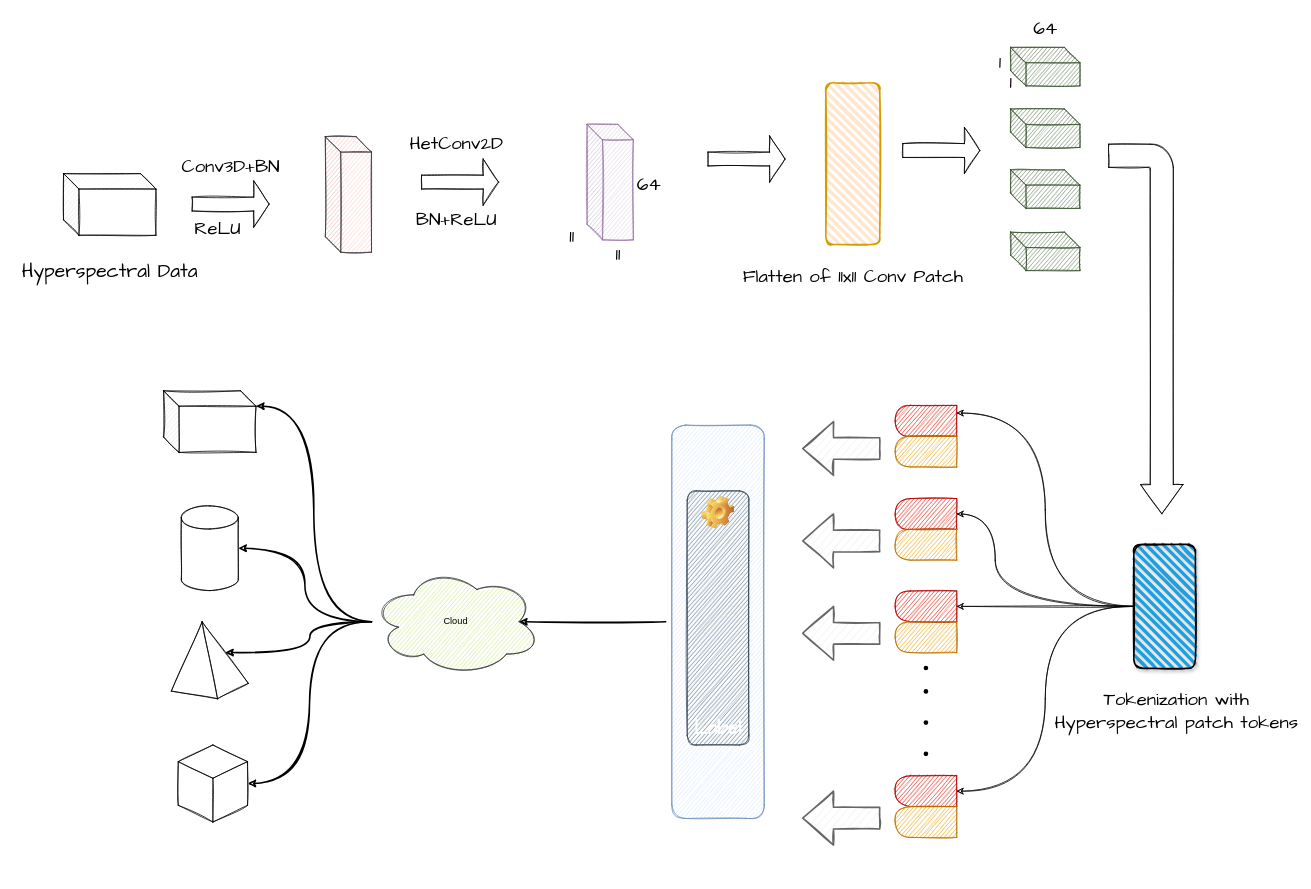
The draw.io diagram Untitled Diagram.drawio in yzfzzz/DrawImage, before the edit. Source tidied: cells renumbered, new cells numbered last; positions are measured from the earlier drawing's top-left corner, leaving out a move shared by most shapes. Both pictures are drawn from the tidied source at 77%, with x=0, y=0 at pixel (13, 13).
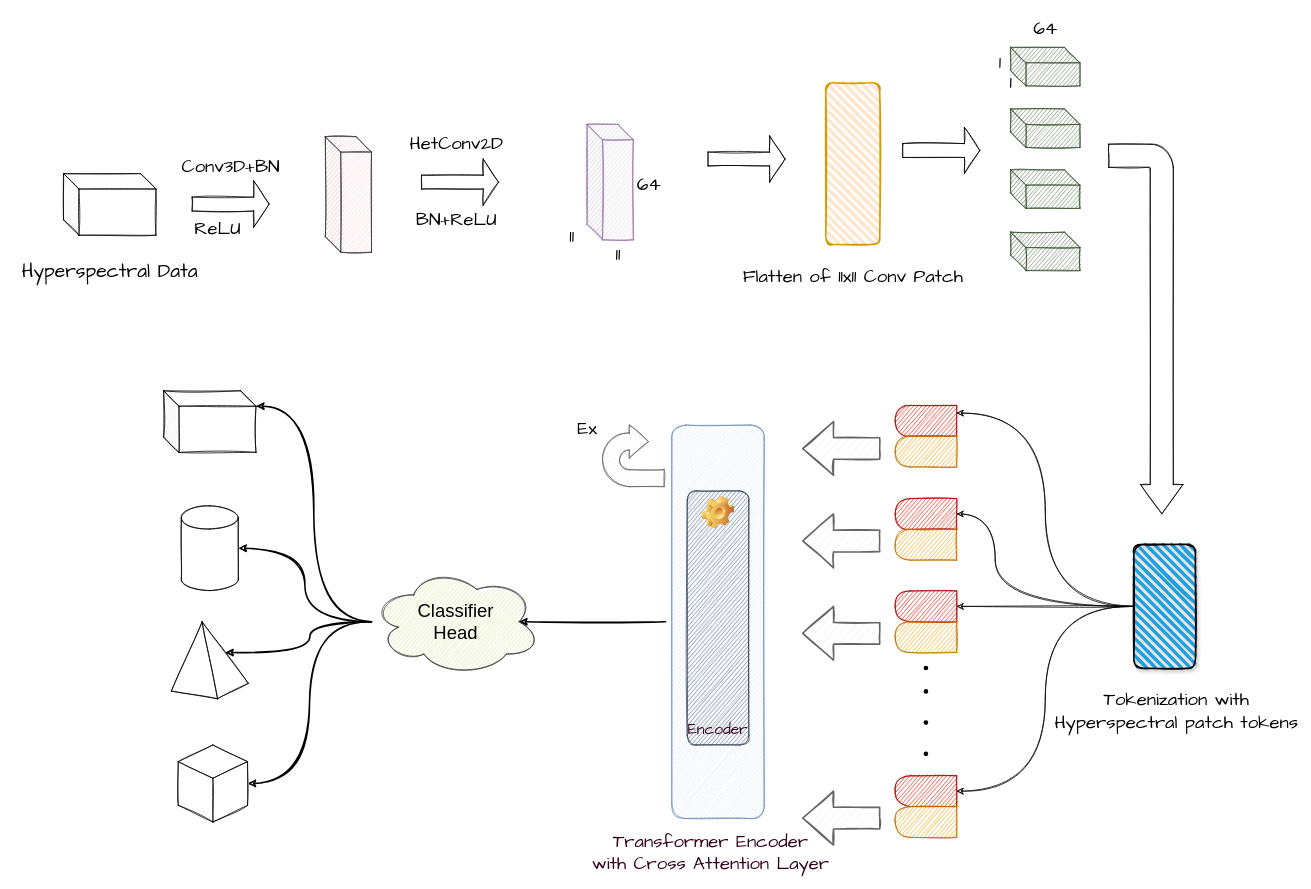
The same page after the edit.

The edit, as a diff of the source:
```diff
@@
-    <mxCell id="29" value="Cloud" style="ellipse;shape=cloud;whiteSpace=wrap;html=1;align=center;shadow=0;sketch=1;fillColor=#cdeb8b;strokeColor=#36393d;" parent="1" vertex="1">
+    <mxCell id="29" value="&lt;font style=&quot;font-size: 24px;&quot;&gt;Classifier&lt;br&gt;Head&lt;br&gt;&lt;/font&gt;" style="ellipse;shape=cloud;whiteSpace=wrap;html=1;align=center;shadow=0;sketch=1;fillColor=#cdeb8b;strokeColor=#36393d;" parent="1" vertex="1">
       <mxGeometry x="465" y="720" width="219" height="140" as="geometry" />
     </mxCell>
@@
-    <mxCell id="65" value="Label" style="label;whiteSpace=wrap;html=1;align=center;verticalAlign=bottom;spacingLeft=0;spacingBottom=4;imageAlign=center;imageVerticalAlign=top;image=img/clipart/Gear_128x128.png;shadow=0;sketch=1;fontFamily=Comic Sans MS;fontSize=25;strokeColor=#314354;fillColor=#647687;fontColor=#ffffff;" parent="1" vertex="1">
+    <mxCell id="65" value="&lt;span style=&quot;font-weight: 400;&quot;&gt;&lt;font color=&quot;#33001a&quot; style=&quot;font-size: 20px;&quot;&gt;Encoder&lt;/font&gt;&lt;/span&gt;" style="label;whiteSpace=wrap;html=1;align=center;verticalAlign=bottom;spacingLeft=0;spacingBottom=4;imageAlign=center;imageVerticalAlign=top;image=img/clipart/Gear_128x128.png;shadow=0;sketch=1;fontFamily=Comic Sans MS;fontSize=25;strokeColor=#314354;fillColor=#647687;fontColor=#ffffff;" parent="1" vertex="1">
       <mxGeometry x="875" y="620" width="80" height="330" as="geometry" />
     </mxCell>
+    <mxCell id="66" value="&lt;span style=&quot;font-weight: 400;&quot;&gt;Transformer Encoder&lt;br&gt;with Cross Attention Layer&lt;br&gt;&lt;/span&gt;" style="text;strokeColor=none;fillColor=none;html=1;fontSize=24;fontStyle=1;verticalAlign=middle;align=center;shadow=0;sketch=1;fontFamily=Comic Sans MS;fontColor=#33001A;" parent="1" vertex="1">
+      <mxGeometry x="855" y="1070" width="100" height="40" as="geometry" />
+    </mxCell>
+    <mxCell id="67" style="html=1;shadow=0;dashed=0;align=center;verticalAlign=middle;shape=mxgraph.arrows2.uTurnArrow;dy=11;arrowHead=43;dx2=25;sketch=1;fontFamily=Comic Sans MS;fontSize=24;strokeWidth=1;fillColor=#f5f5f5;fontColor=#333333;strokeColor=#666666;" parent="1" vertex="1">
+      <mxGeometry x="765" y="534.5" width="80" height="80" as="geometry" />
+    </mxCell>
+    <mxCell id="68" value="&lt;span style=&quot;font-weight: normal;&quot;&gt;Ex&lt;/span&gt;" style="text;strokeColor=none;fillColor=none;html=1;fontSize=24;fontStyle=1;verticalAlign=middle;align=center;shadow=0;sketch=1;fontFamily=Comic Sans MS;fontColor=#000000;" parent="1" vertex="1">
+      <mxGeometry x="695" y="520" width="100" height="40" as="geometry" />
+    </mxCell>
```
